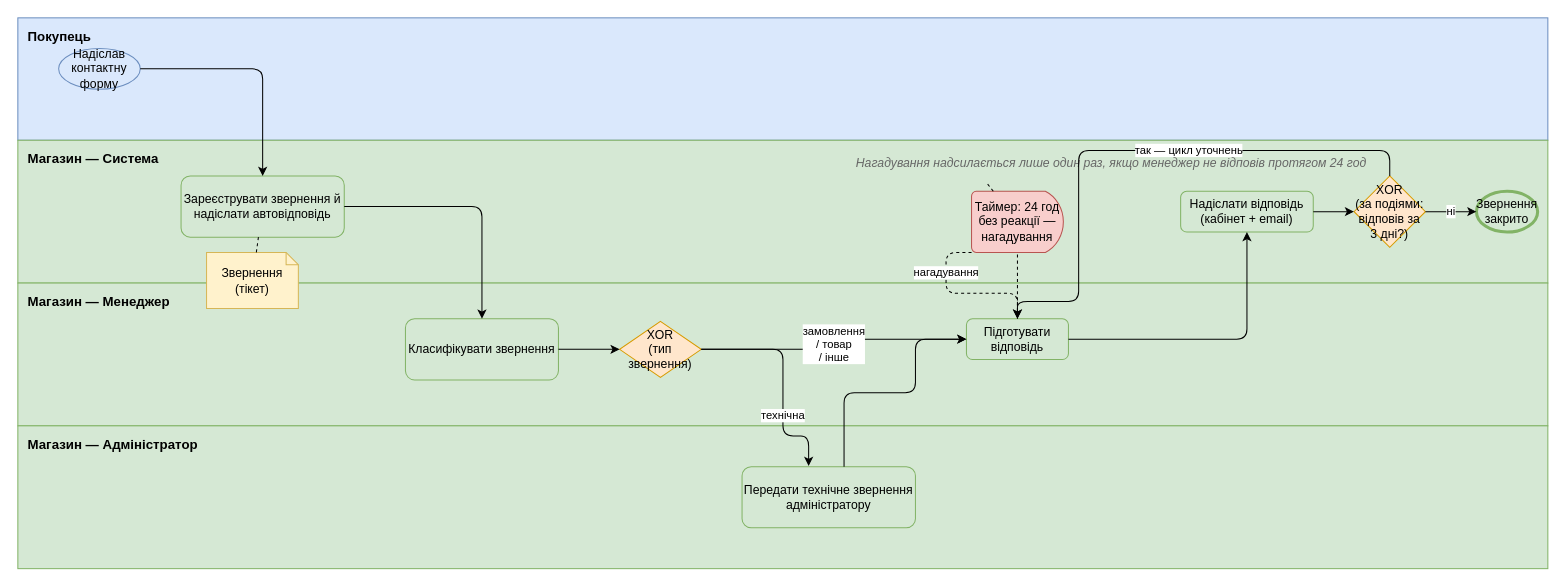
Before: docs/sprint1/bpmn/03_contact-request.drawio in oleksandragorbonos-maker/tzap, a draw.io diagram. Source tidied: cells renumbered, new cells numbered last; positions are measured from the earlier drawing's top-left corner, leaving out a move shared by most shapes. Both pictures are drawn from the tidied source at 102%, with x=0, y=0 at pixel (17, 17).
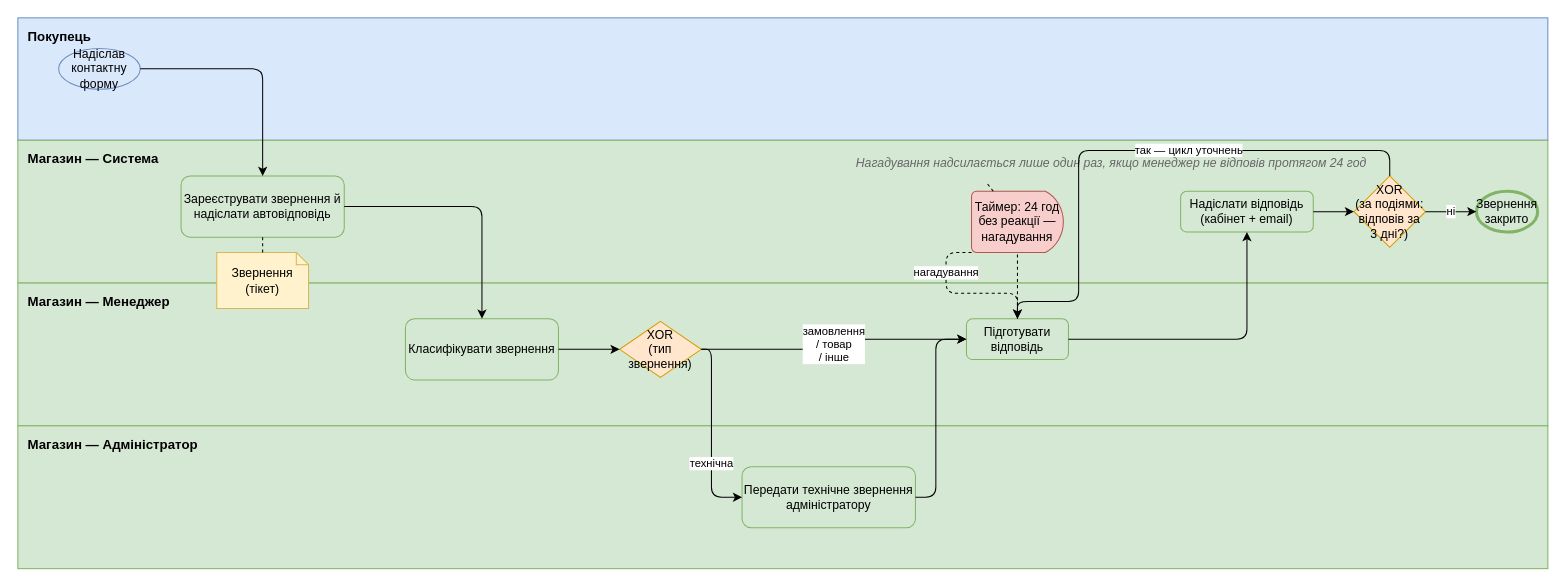
Above is the later version.

The change refers to these unchanged cells:
```xml
<mxCell id="9" value="XOR&#10;(тип звернення)" style="rhombus;whiteSpace=wrap;html=1;fillColor=#ffe6cc;strokeColor=#d79b00;" parent="1" vertex="1">
  <mxGeometry x="590" y="297.5" width="80" height="55" as="geometry" />
</mxCell>
<mxCell id="10" value="Передати технічне звернення адміністратору" style="rounded=1;whiteSpace=wrap;html=1;fillColor=#d5e8d4;strokeColor=#82b366;" parent="1" vertex="1">
  <mxGeometry x="710" y="440" width="170" height="60" as="geometry" />
</mxCell>
<mxCell id="11" value="Підготувати відповідь" style="rounded=1;whiteSpace=wrap;html=1;fillColor=#d5e8d4;strokeColor=#82b366;" parent="1" vertex="1">
  <mxGeometry x="930" y="295" width="100" height="40" as="geometry" />
</mxCell>
```

What changed in the source:
```diff
@@
     <mxCell id="16" value="Звернення (тікет)" style="shape=note;whiteSpace=wrap;html=1;size=12;fillColor=#fff2cc;strokeColor=#d6b656;" parent="1" vertex="1">
-      <mxGeometry x="185" y="230" width="90" height="55" as="geometry" />
+      <mxGeometry x="195" y="230" width="90" height="55" as="geometry" />
     </mxCell>
@@
-    <mxCell id="21" value="технічна" style="edgeStyle=orthogonalEdgeStyle;html=1;exitX=1;exitY=0.5;exitDx=0;exitDy=0;entryX=0.384;entryY=-0.011;entryDx=0;entryDy=0;entryPerimeter=0;" parent="1" edge="1" source="9" target="10">
+    <mxCell id="21" value="технічна" style="edgeStyle=orthogonalEdgeStyle;html=1;exitX=1;exitY=0.5;exitDx=0;exitDy=0;entryX=0;entryY=0.5;entryDx=0;entryDy=0;" parent="1" edge="1" source="9" target="10">
       <mxGeometry x="0.32" relative="1" as="geometry">
         <Array as="points">
-          <mxPoint x="750.1" y="325.1" />
-          <mxPoint x="750.1" y="410" />
-          <mxPoint x="775.3" y="410" />
+          <mxPoint x="680" y="325" />
+          <mxPoint x="680" y="470" />
         </Array>
       </mxGeometry>
     </mxCell>
@@
     <mxCell id="23" style="edgeStyle=orthogonalEdgeStyle;html=1;" parent="1" edge="1" source="10" target="11">
       <mxGeometry relative="1" as="geometry">
         <Array as="points">
-          <mxPoint x="810" y="367.6" />
-          <mxPoint x="880" y="367.6" />
+          <mxPoint x="900" y="470" />
+          <mxPoint x="900" y="315" />
         </Array>
       </mxGeometry>
     </mxCell>
```
